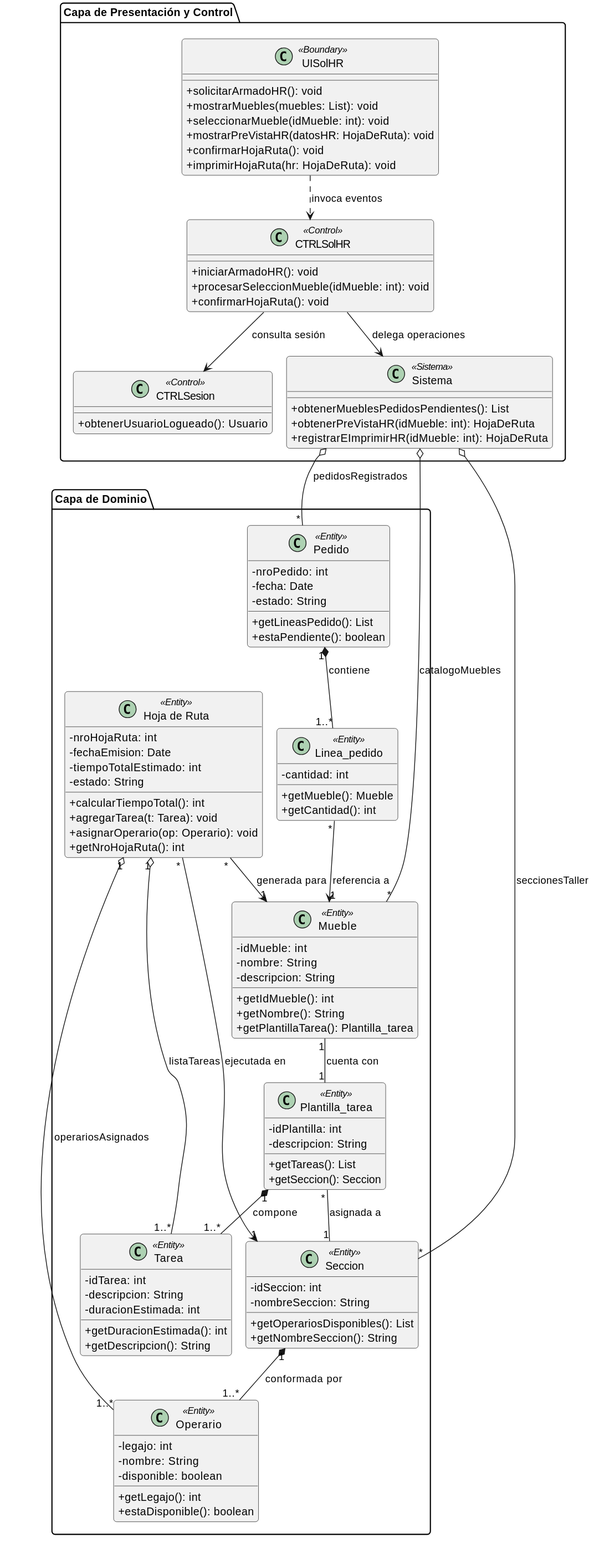
Before: modelos/03/02-diagrama-clases/clases_armar_hoja_de_ruta.svg, a diagram exported from PlantUML (sandobaitt/dsi-2026).
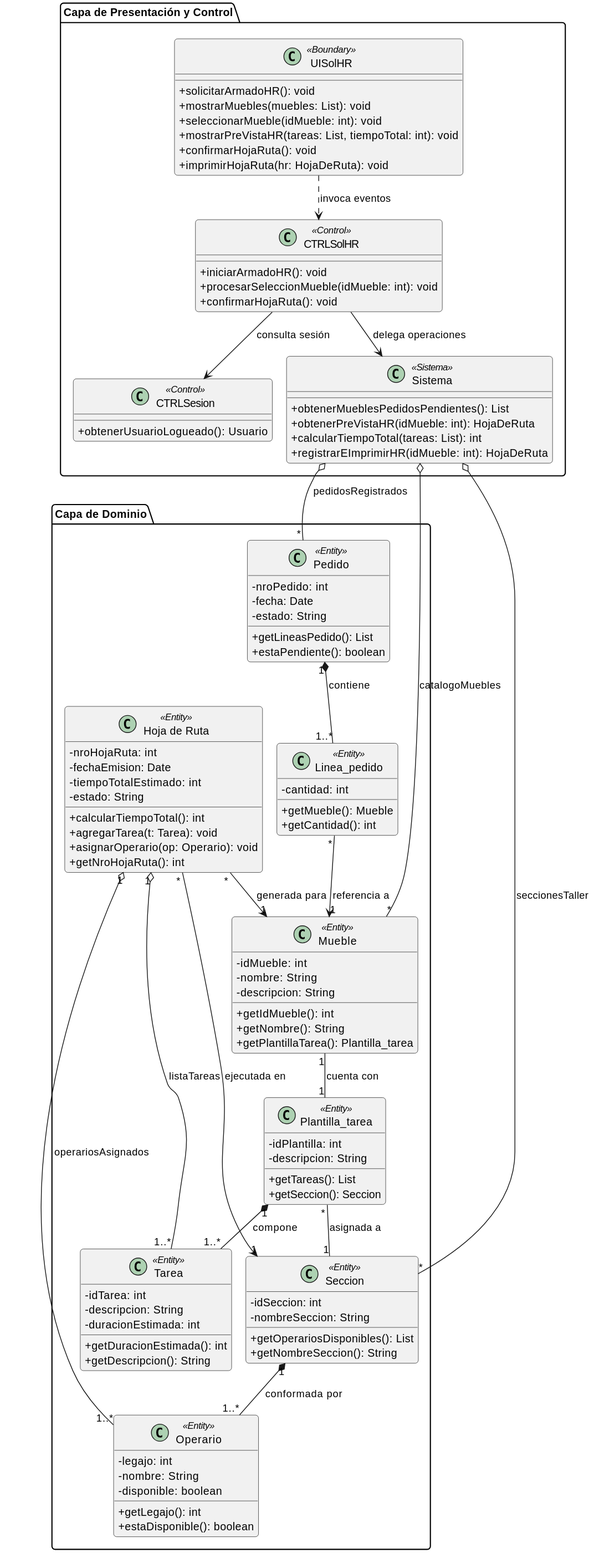
After the change.

Commit message:
refactor: update armar hoja de ruta models with explicit method signatures and refine diagram skill guidelines

What changed in the source:
```diff
@@ -13,7 +13,7 @@
         + solicitarArmadoHR(): void
         + mostrarMuebles(muebles: List): void
         + seleccionarMueble(idMueble: int): void
-        + mostrarPreVistaHR(datosHR: HojaDeRuta): void
+        + mostrarPreVistaHR(tareas: List, tiempoTotal: int): void
         + confirmarHojaRuta(): void
         + imprimirHojaRuta(hr: HojaDeRuta): void
     }
@@ -31,6 +31,7 @@
     class "Sistema" as Sistema <<Sistema>> {
         + obtenerMueblesPedidosPendientes(): List
         + obtenerPreVistaHR(idMueble: int): HojaDeRuta
+        + calcularTiempoTotal(tareas: List): int
         + registrarEImprimirHR(idMueble: int): HojaDeRuta
     }
 }
```
